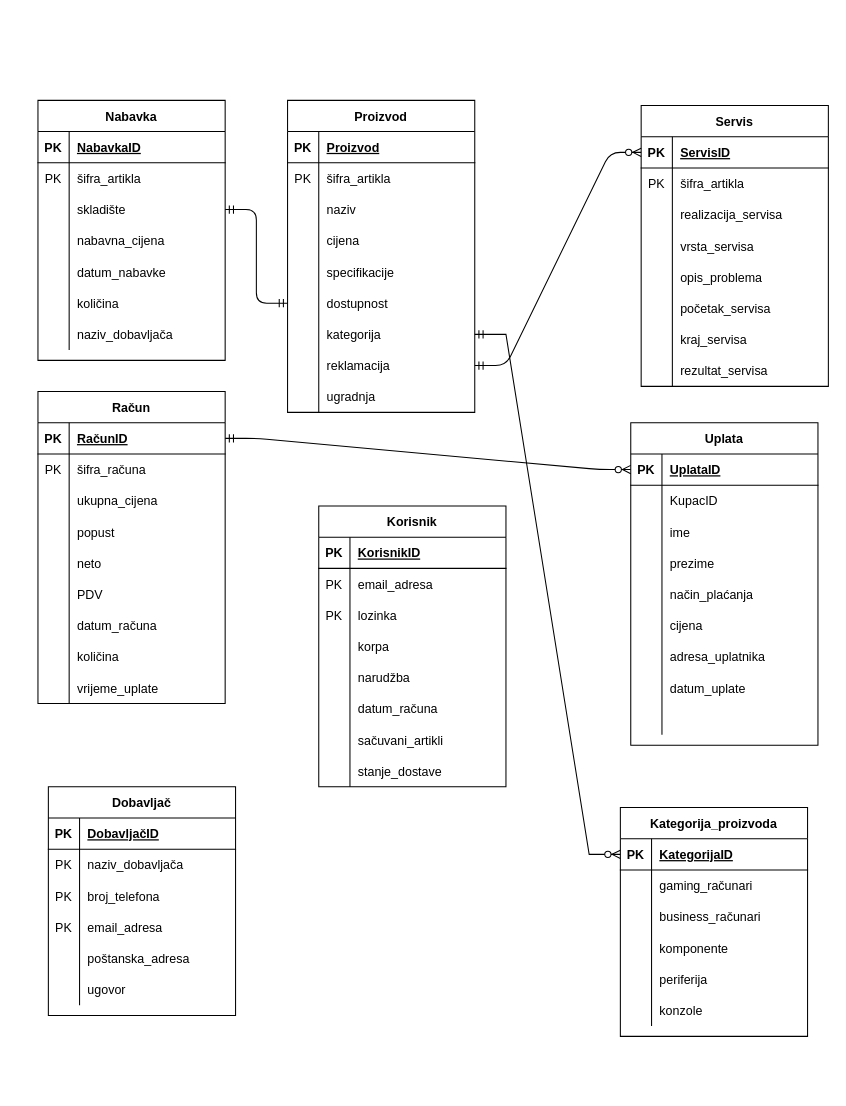
Earlier version of the draw.io diagram erd.drawio (vela02/erd). Source tidied: cells renumbered, new cells numbered last; positions are measured from the earlier drawing's top-left corner, leaving out a move shared by most shapes. Both pictures are drawn from the tidied source at 104%, with x=0, y=0 at pixel (37, 100).
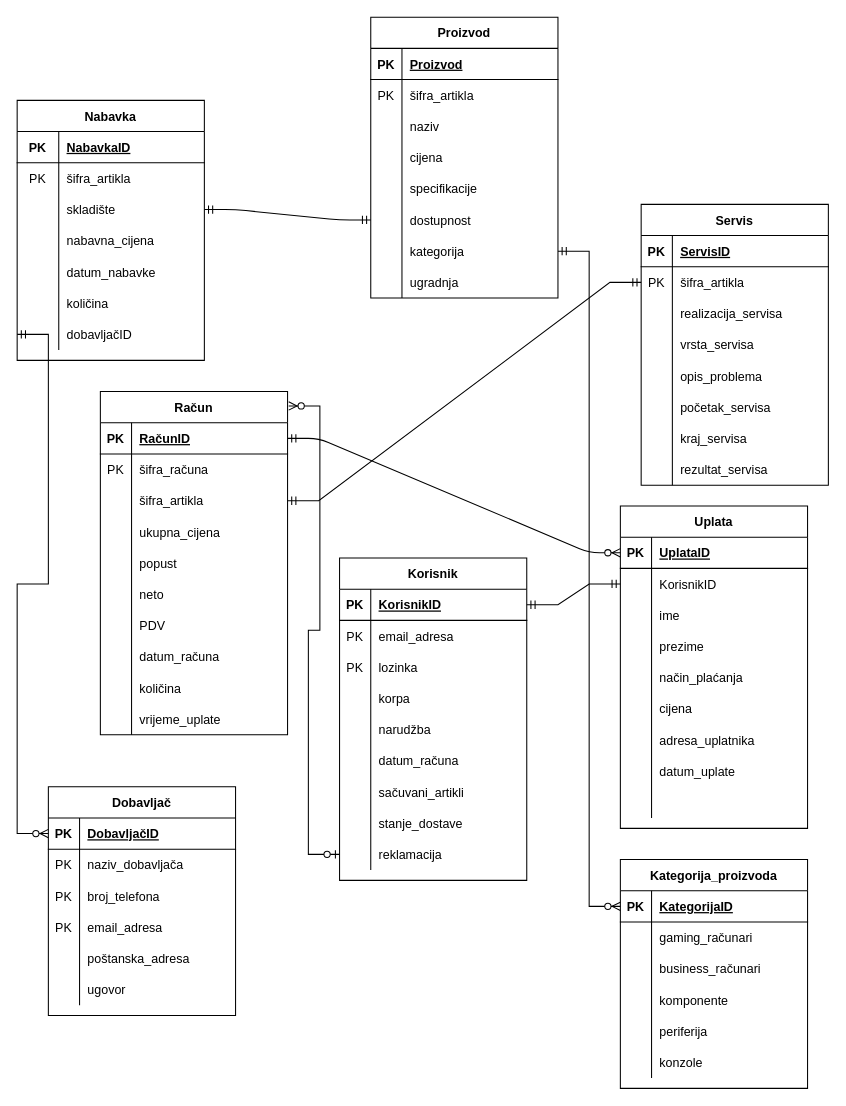
The same diagram, later.

The change refers to these unchanged cells:
```xml
<mxCell id="6" style="shape=partialRectangle;fillColor=none;top=0;left=0;bottom=0;right=0;points=[[0,0.5],[1,0.5]];portConstraint=eastwest;" parent="2" vertex="1">
  <mxGeometry y="60" width="180" height="30" as="geometry" />
</mxCell>
<mxCell id="31" style="shape=partialRectangle;fillColor=none;top=0;left=0;bottom=0;right=0;points=[[0,0.5],[1,0.5]];portConstraint=eastwest;" parent="27" vertex="1">
  <mxGeometry y="60" width="180" height="30" as="geometry" />
</mxCell>
<mxCell id="56" style="shape=partialRectangle;fillColor=none;top=0;left=0;bottom=1;right=0;" parent="55" vertex="1">
  <mxGeometry y="30" width="180" height="30" as="geometry" />
</mxCell>
<mxCell id="59" style="shape=partialRectangle;fillColor=none;top=0;left=0;bottom=0;right=0;" parent="55" vertex="1">
  <mxGeometry y="60" width="180" height="30" as="geometry" />
</mxCell>
<mxCell id="62" style="shape=partialRectangle;fillColor=none;top=0;left=0;bottom=0;right=0;points=[[0,0.5],[1,0.5]];portConstraint=eastwest;" parent="55" vertex="1">
  <mxGeometry y="90" width="180" height="30" as="geometry" />
</mxCell>
<mxCell id="65" style="shape=partialRectangle;fillColor=none;top=0;left=0;bottom=0;right=0;" parent="55" vertex="1">
  <mxGeometry y="120" width="180" height="30" as="geometry" />
</mxCell>
<mxCell id="68" style="shape=partialRectangle;fillColor=none;top=0;left=0;bottom=0;right=0;" parent="55" vertex="1">
  <mxGeometry y="150" width="180" height="30" as="geometry" />
</mxCell>
<mxCell id="71" style="shape=partialRectangle;fillColor=none;top=0;left=0;bottom=0;right=0;" parent="55" vertex="1">
  <mxGeometry y="180" width="180" height="30" as="geometry" />
</mxCell>
<mxCell id="74" style="shape=partialRectangle;fillColor=none;top=0;left=0;bottom=0;right=0;points=[[0,0.5],[1,0.5]];portConstraint=eastwest;" parent="55" vertex="1">
  <mxGeometry y="210" width="180" height="30" as="geometry" />
</mxCell>
<mxCell id="98" style="shape=partialRectangle;fillColor=none;top=0;left=0;bottom=0;right=0;points=[[0,0.5],[1,0.5]];portConstraint=eastwest;" parent="79" vertex="1">
  <mxGeometry y="210" width="180" height="30" as="geometry" />
</mxCell>
<mxCell id="101" style="shape=partialRectangle;fillColor=none;top=0;left=0;bottom=0;right=0;points=[[0,0.5],[1,0.5]];portConstraint=eastwest;" parent="79" vertex="1">
  <mxGeometry y="240" width="180" height="30" as="geometry" />
</mxCell>
<mxCell id="111" style="shape=partialRectangle;fillColor=none;top=0;left=0;bottom=1;right=0;points=[[0,0.5],[1,0.5]];portConstraint=eastwest;" parent="110" vertex="1">
  <mxGeometry y="30" width="180" height="30" as="geometry" />
</mxCell>
<mxCell id="164" style="shape=partialRectangle;fillColor=none;top=0;left=0;bottom=1;right=0;points=[[0,0.5],[1,0.5]];portConstraint=eastwest;" parent="163" vertex="1">
  <mxGeometry y="30" width="180" height="30" as="geometry" />
</mxCell>
<mxCell id="183" style="shape=partialRectangle;fillColor=none;top=0;left=0;bottom=1;right=0;points=[[0,0.5],[1,0.5]];portConstraint=eastwest;" parent="182" vertex="1">
  <mxGeometry y="30" width="180" height="30" as="geometry" />
</mxCell>
```

The edit, as a diff of the source:
```diff
@@
     <mxCell id="2" value="Servis" style="shape=table;startSize=30;childLayout=tableLayout;rowLines=0;fontStyle=1;align=center;" parent="1" vertex="1">
-      <mxGeometry x="580" y="5" width="180" height="270" as="geometry" />
+      <mxGeometry x="580" y="100" width="180" height="270" as="geometry" />
     </mxCell>
@@
     <mxCell id="27" value="Uplata" style="shape=table;startSize=30;childLayout=tableLayout;rowLines=0;fontStyle=1;align=center;" parent="1" vertex="1">
-      <mxGeometry x="570" y="310" width="180" height="310" as="geometry" />
+      <mxGeometry x="560" y="390" width="180" height="310" as="geometry" />
     </mxCell>
@@
-    <mxCell id="33" value="KupacID" style="shape=partialRectangle;fillColor=none;top=0;left=0;bottom=0;right=0;align=left;spacingLeft=6;overflow=hidden;" parent="31" vertex="1">
+    <mxCell id="33" value="KorisnikID" style="shape=partialRectangle;fillColor=none;top=0;left=0;bottom=0;right=0;align=left;spacingLeft=6;overflow=hidden;" parent="31" vertex="1">
       <mxGeometry x="30" width="150" height="30" as="geometry" />
     </mxCell>
@@
     <mxCell id="55" value="Nabavka" style="shape=table;startSize=30;childLayout=tableLayout;rowLines=0;fontStyle=1;align=center;" parent="1" vertex="1">
-      <mxGeometry width="180" height="250" as="geometry" />
+      <mxGeometry x="-20" width="180" height="250" as="geometry" />
     </mxCell>
@@
     <mxCell id="57" value="PK" style="shape=partialRectangle;fillColor=none;top=0;left=0;bottom=0;right=0;fontStyle=1;overflow=hidden;" parent="56" vertex="1">
-      <mxGeometry width="30" height="30" as="geometry" />
+      <mxGeometry width="40" height="30" as="geometry" />
     </mxCell>
     <mxCell id="58" value="NabavkaID" style="shape=partialRectangle;fillColor=none;top=0;left=0;bottom=0;right=0;align=left;spacingLeft=6;fontStyle=5;overflow=hidden;" parent="56" vertex="1">
-      <mxGeometry x="30" width="150" height="30" as="geometry" />
+      <mxGeometry x="40" width="140" height="30" as="geometry" />
     </mxCell>
@@
     <mxCell id="60" value="PK" style="shape=partialRectangle;fillColor=none;top=0;left=0;bottom=0;right=0;overflow=hidden;" parent="59" vertex="1">
-      <mxGeometry width="30" height="30" as="geometry" />
+      <mxGeometry width="40" height="30" as="geometry" />
     </mxCell>
     <mxCell id="61" value="šifra_artikla" style="shape=partialRectangle;fillColor=none;top=0;left=0;bottom=0;right=0;align=left;spacingLeft=6;overflow=hidden;" parent="59" vertex="1">
-      <mxGeometry x="30" width="150" height="30" as="geometry" />
+      <mxGeometry x="40" width="140" height="30" as="geometry" />
     </mxCell>
@@
     <mxCell id="63" style="shape=partialRectangle;fillColor=none;top=0;left=0;bottom=0;right=0;overflow=hidden;" parent="62" vertex="1">
-      <mxGeometry width="30" height="30" as="geometry" />
+      <mxGeometry width="40" height="30" as="geometry" />
     </mxCell>
     <mxCell id="64" value="skladište" style="shape=partialRectangle;fillColor=none;top=0;left=0;bottom=0;right=0;align=left;spacingLeft=6;overflow=hidden;" parent="62" vertex="1">
-      <mxGeometry x="30" width="150" height="30" as="geometry" />
+      <mxGeometry x="40" width="140" height="30" as="geometry" />
     </mxCell>
@@
     <mxCell id="66" style="shape=partialRectangle;fillColor=none;top=0;left=0;bottom=0;right=0;overflow=hidden;" parent="65" vertex="1">
-      <mxGeometry width="30" height="30" as="geometry" />
+      <mxGeometry width="40" height="30" as="geometry" />
     </mxCell>
     <mxCell id="67" value="nabavna_cijena" style="shape=partialRectangle;fillColor=none;top=0;left=0;bottom=0;right=0;align=left;spacingLeft=6;overflow=hidden;" parent="65" vertex="1">
-      <mxGeometry x="30" width="150" height="30" as="geometry" />
+      <mxGeometry x="40" width="140" height="30" as="geometry" />
     </mxCell>
@@
     <mxCell id="69" style="shape=partialRectangle;fillColor=none;top=0;left=0;bottom=0;right=0;overflow=hidden;" parent="68" vertex="1">
-      <mxGeometry width="30" height="30" as="geometry" />
+      <mxGeometry width="40" height="30" as="geometry" />
     </mxCell>
     <mxCell id="70" value="datum_nabavke" style="shape=partialRectangle;fillColor=none;top=0;left=0;bottom=0;right=0;align=left;spacingLeft=6;overflow=hidden;" parent="68" vertex="1">
-      <mxGeometry x="30" width="150" height="30" as="geometry" />
+      <mxGeometry x="40" width="140" height="30" as="geometry" />
     </mxCell>
@@
     <mxCell id="72" style="shape=partialRectangle;fillColor=none;top=0;left=0;bottom=0;right=0;overflow=hidden;" parent="71" vertex="1">
-      <mxGeometry width="30" height="30" as="geometry" />
+      <mxGeometry width="40" height="30" as="geometry" />
     </mxCell>
     <mxCell id="73" value="količina" style="shape=partialRectangle;fillColor=none;top=0;left=0;bottom=0;right=0;align=left;spacingLeft=6;overflow=hidden;" parent="71" vertex="1">
-      <mxGeometry x="30" width="150" height="30" as="geometry" />
+      <mxGeometry x="40" width="140" height="30" as="geometry" />
     </mxCell>
@@
     <mxCell id="75" style="shape=partialRectangle;fillColor=none;top=0;left=0;bottom=0;right=0;overflow=hidden;" parent="74" vertex="1">
-      <mxGeometry width="30" height="30" as="geometry" />
+      <mxGeometry width="40" height="30" as="geometry" />
     </mxCell>
-    <mxCell id="76" value="naziv_dobavljača" style="shape=partialRectangle;fillColor=none;top=0;left=0;bottom=0;right=0;align=left;spacingLeft=6;overflow=hidden;" parent="74" vertex="1">
-      <mxGeometry x="30" width="150" height="30" as="geometry" />
+    <mxCell id="76" value="dobavljačID" style="shape=partialRectangle;fillColor=none;top=0;left=0;bottom=0;right=0;align=left;spacingLeft=6;overflow=hidden;" parent="74" vertex="1">
+      <mxGeometry x="40" width="140" height="30" as="geometry" />
     </mxCell>
@@
     <mxCell id="79" value="Proizvod" style="shape=table;startSize=30;childLayout=tableLayout;rowLines=0;fontStyle=1;align=center;" parent="1" vertex="1">
-      <mxGeometry x="240" width="180" height="300" as="geometry" />
+      <mxGeometry x="320" y="-80" width="180" height="270" as="geometry" />
     </mxCell>
@@
-    <mxCell id="103" value="reklamacija" style="shape=partialRectangle;fillColor=none;top=0;left=0;bottom=0;right=0;align=left;spacingLeft=6;overflow=hidden;" parent="101" vertex="1">
+    <mxCell id="103" value="ugradnja" style="shape=partialRectangle;fillColor=none;top=0;left=0;bottom=0;right=0;align=left;spacingLeft=6;overflow=hidden;" parent="101" vertex="1">
       <mxGeometry x="30" width="150" height="30" as="geometry" />
     </mxCell>
-    <mxCell id="104" style="shape=partialRectangle;fillColor=none;top=0;left=0;bottom=0;right=0;points=[[0,0.5],[1,0.5]];portConstraint=eastwest;" parent="79" vertex="1">
-      <mxGeometry y="270" width="180" height="30" as="geometry" />
-    </mxCell>
-    <mxCell id="105" style="shape=partialRectangle;fillColor=none;top=0;left=0;bottom=0;right=0;overflow=hidden;" parent="104" vertex="1">
-      <mxGeometry width="30" height="30" as="geometry" />
-    </mxCell>
-    <mxCell id="106" value="ugradnja" style="shape=partialRectangle;fillColor=none;top=0;left=0;bottom=0;right=0;align=left;spacingLeft=6;overflow=hidden;" parent="104" vertex="1">
-      <mxGeometry x="30" width="150" height="30" as="geometry" />
-    </mxCell>
@@
-    <mxCell id="108" style="edgeStyle=entityRelationEdgeStyle;fontSize=12;html=1;endArrow=ERzeroToMany;startArrow=ERmandOne;exitX=1;exitY=0.5;exitDx=0;exitDy=0;" parent="1" edge="1" source="101">
-      <mxGeometry relative="1" as="geometry">
-        <mxPoint x="580" y="50" as="targetPoint" />
-      </mxGeometry>
-    </mxCell>
@@
     <mxCell id="110" value="Korisnik" style="shape=table;startSize=30;childLayout=tableLayout;rowLines=0;fontStyle=1;align=center;" parent="1" vertex="1">
-      <mxGeometry x="270" y="390" width="180" height="270" as="geometry" />
+      <mxGeometry x="290" y="440" width="180" height="310" as="geometry" />
     </mxCell>
@@
+    <mxCell id="104" style="shape=partialRectangle;fillColor=none;top=0;left=0;bottom=0;right=0;points=[[0,0.5],[1,0.5]];portConstraint=eastwest;" parent="110" vertex="1">
+      <mxGeometry y="270" width="180" height="30" as="geometry" />
+    </mxCell>
+    <mxCell id="202" style="shape=partialRectangle;fillColor=none;top=0;left=0;bottom=0;right=0;overflow=hidden;" parent="104" vertex="1">
+      <mxGeometry width="30" height="30" as="geometry" />
+    </mxCell>
+    <mxCell id="203" value="reklamacija" style="shape=partialRectangle;fillColor=none;top=0;left=0;bottom=0;right=0;align=left;spacingLeft=6;overflow=hidden;" parent="104" vertex="1">
+      <mxGeometry x="30" width="150" height="30" as="geometry" />
+    </mxCell>
     <mxCell id="135" value="Račun" style="shape=table;startSize=30;childLayout=tableLayout;rowLines=0;fontStyle=1;align=center;" parent="1" vertex="1">
-      <mxGeometry y="280" width="180" height="300" as="geometry" />
+      <mxGeometry x="60" y="280" width="180" height="330" as="geometry" />
     </mxCell>
@@
+    <mxCell id="204" style="shape=partialRectangle;fillColor=none;top=0;left=0;bottom=0;right=0;points=[[0,0.5],[1,0.5]];portConstraint=eastwest;" parent="135" vertex="1">
+      <mxGeometry y="90" width="180" height="30" as="geometry" />
+    </mxCell>
+    <mxCell id="205" style="shape=partialRectangle;fillColor=none;top=0;left=0;bottom=0;right=0;overflow=hidden;" parent="204" vertex="1">
+      <mxGeometry width="30" height="30" as="geometry" />
+    </mxCell>
+    <mxCell id="206" value="šifra_artikla" style="shape=partialRectangle;fillColor=none;top=0;left=0;bottom=0;right=0;align=left;spacingLeft=6;overflow=hidden;" parent="204" vertex="1">
+      <mxGeometry x="30" width="150" height="30" as="geometry" />
+    </mxCell>
     <mxCell id="142" style="shape=partialRectangle;fillColor=none;top=0;left=0;bottom=0;right=0;" parent="135" vertex="1">
-      <mxGeometry y="90" width="180" height="30" as="geometry" />
+      <mxGeometry y="120" width="180" height="30" as="geometry" />
     </mxCell>
@@
     <mxCell id="145" style="shape=partialRectangle;fillColor=none;top=0;left=0;bottom=0;right=0;" parent="135" vertex="1">
-      <mxGeometry y="120" width="180" height="30" as="geometry" />
+      <mxGeometry y="150" width="180" height="30" as="geometry" />
     </mxCell>
@@
     <mxCell id="148" style="shape=partialRectangle;fillColor=none;top=0;left=0;bottom=0;right=0;" parent="135" vertex="1">
-      <mxGeometry y="150" width="180" height="30" as="geometry" />
+      <mxGeometry y="180" width="180" height="30" as="geometry" />
     </mxCell>
@@
     <mxCell id="151" style="shape=partialRectangle;fillColor=none;top=0;left=0;bottom=0;right=0;" parent="135" vertex="1">
-      <mxGeometry y="180" width="180" height="30" as="geometry" />
+      <mxGeometry y="210" width="180" height="30" as="geometry" />
     </mxCell>
@@
     <mxCell id="154" style="shape=partialRectangle;fillColor=none;top=0;left=0;bottom=0;right=0;" parent="135" vertex="1">
-      <mxGeometry y="210" width="180" height="30" as="geometry" />
+      <mxGeometry y="240" width="180" height="30" as="geometry" />
     </mxCell>
@@
     <mxCell id="157" style="shape=partialRectangle;fillColor=none;top=0;left=0;bottom=0;right=0;" parent="135" vertex="1">
-      <mxGeometry y="240" width="180" height="30" as="geometry" />
+      <mxGeometry y="270" width="180" height="30" as="geometry" />
     </mxCell>
@@
     <mxCell id="160" style="shape=partialRectangle;fillColor=none;top=0;left=0;bottom=0;right=0;" parent="135" vertex="1">
-      <mxGeometry y="270" width="180" height="30" as="geometry" />
+      <mxGeometry y="300" width="180" height="30" as="geometry" />
     </mxCell>
@@
     <mxCell id="182" value="Kategorija_proizvoda" style="shape=table;startSize=30;childLayout=tableLayout;rowLines=0;fontStyle=1;align=center;" parent="1" vertex="1">
-      <mxGeometry x="560" y="680" width="180" height="220" as="geometry" />
+      <mxGeometry x="560" y="730" width="180" height="220" as="geometry" />
     </mxCell>
@@
-    <mxCell id="201" style="edgeStyle=entityRelationEdgeStyle;fontSize=12;html=1;endArrow=ERzeroToMany;startArrow=ERmandOne;rounded=0;entryX=0;entryY=0.5;entryDx=0;entryDy=0;" parent="1" edge="1" target="183">
-      <mxGeometry relative="1" as="geometry">
-        <mxPoint x="420" y="225" as="sourcePoint" />
-      </mxGeometry>
+    <mxCell id="201" style="edgeStyle=entityRelationEdgeStyle;fontSize=12;html=1;endArrow=ERzeroToMany;startArrow=ERmandOne;rounded=0;entryX=0;entryY=0.5;entryDx=0;entryDy=0;exitX=1;exitY=0.5;exitDx=0;exitDy=0;" parent="1" edge="1" source="98" target="183">
+      <mxGeometry relative="1" as="geometry" />
     </mxCell>
+    <mxCell id="207" style="edgeStyle=entityRelationEdgeStyle;fontSize=12;html=1;endArrow=ERmandOne;startArrow=ERmandOne;rounded=0;exitX=1;exitY=0.5;exitDx=0;exitDy=0;entryX=0;entryY=0.5;entryDx=0;entryDy=0;" parent="1" edge="1" source="204" target="6">
+      <mxGeometry relative="1" as="geometry" />
+    </mxCell>
+    <mxCell id="208" style="edgeStyle=entityRelationEdgeStyle;fontSize=12;html=1;endArrow=ERzeroToMany;startArrow=ERzeroToOne;rounded=0;entryX=1.006;entryY=0.042;entryDx=0;entryDy=0;exitX=0;exitY=0.5;exitDx=0;exitDy=0;entryPerimeter=0;" parent="1" edge="1" source="104" target="135">
+      <mxGeometry relative="1" as="geometry" />
+    </mxCell>
+    <mxCell id="209" style="edgeStyle=entityRelationEdgeStyle;fontSize=12;html=1;endArrow=ERmandOne;startArrow=ERmandOne;rounded=0;entryX=0;entryY=0.5;entryDx=0;entryDy=0;exitX=1;exitY=0.5;exitDx=0;exitDy=0;" parent="1" edge="1" source="111" target="31">
+      <mxGeometry relative="1" as="geometry" />
+    </mxCell>
+    <mxCell id="210" style="edgeStyle=entityRelationEdgeStyle;fontSize=12;html=1;endArrow=ERzeroToMany;startArrow=ERmandOne;rounded=0;entryX=0;entryY=0.5;entryDx=0;entryDy=0;exitX=0;exitY=0.5;exitDx=0;exitDy=0;" parent="1" edge="1" source="74" target="164">
+      <mxGeometry relative="1" as="geometry" />
+    </mxCell>
```
